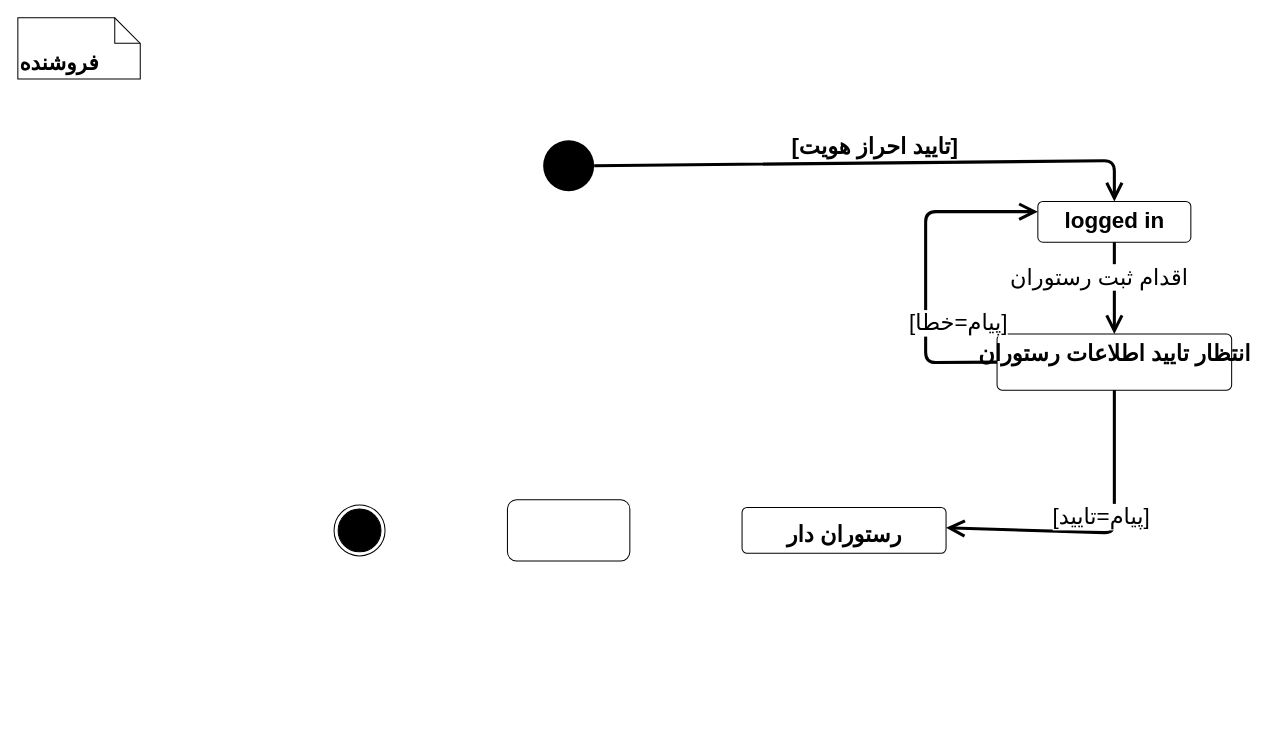
Above: Behavioural Modeling/seller_state.drawio in khoramian/TahDig_SoftwareEngineering (draw.io), before the change. Source tidied: cells renumbered, new cells numbered last; positions are measured from the earlier drawing's top-left corner, leaving out a move shared by most shapes. Both pictures are drawn from the tidied source at 102%, with x=0, y=0 at pixel (17, 17).
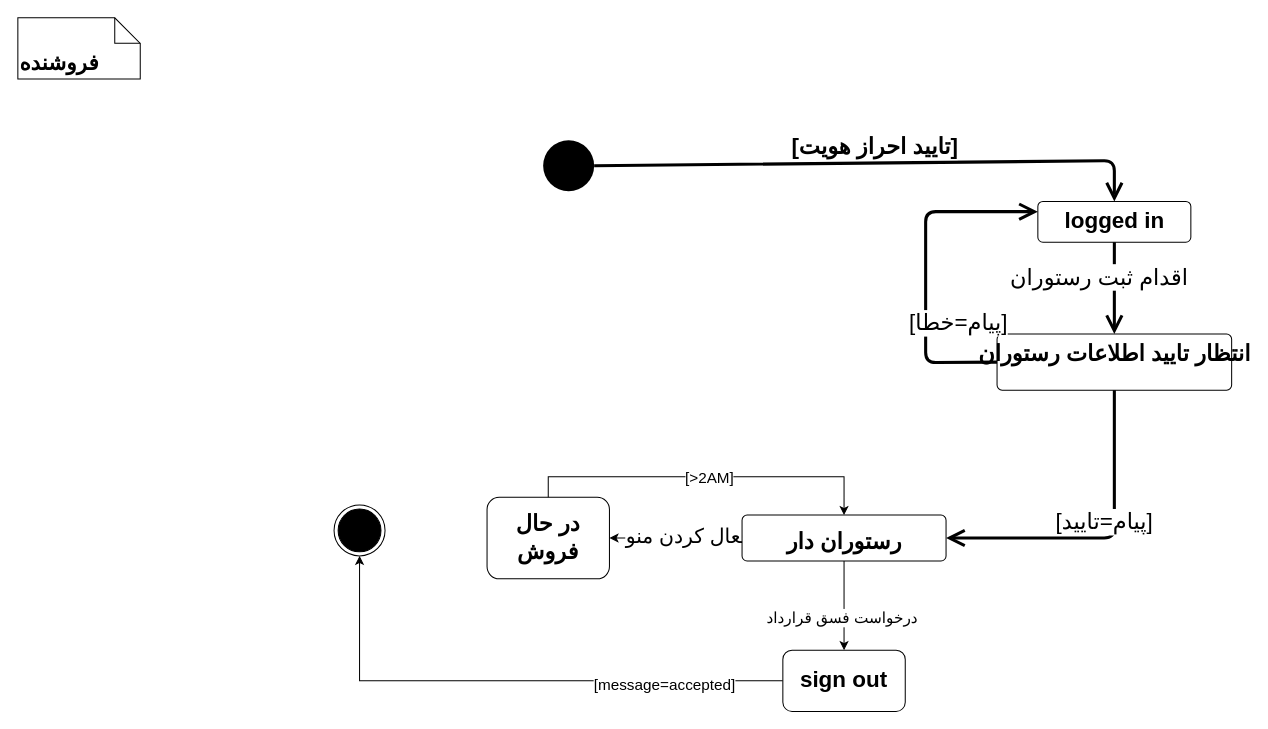
The same page after the edit.

The change refers to these unchanged cells:
```xml
<mxCell id="2" style="ellipse;html=1;shape=endState;fillColor=#000000;strokeColor=#000000;" parent="1" vertex="1">
  <mxGeometry x="310" y="477.5" width="50" height="50" as="geometry" />
</mxCell>
<mxCell id="7" value="&lt;b&gt;&lt;font style=&quot;font-size: 22px&quot;&gt;انتظار تایید اطلاعات رستوران&lt;br&gt;&lt;/font&gt;&lt;/b&gt;" style="html=1;align=center;verticalAlign=top;rounded=1;absoluteArcSize=1;arcSize=10;dashed=0;" parent="1" vertex="1">
  <mxGeometry x="960" y="310" width="230" height="55" as="geometry" />
</mxCell>
```

Diff of the diagram source:
```diff
@@
-    <mxCell id="8" value="&lt;font style=&quot;font-size: 22px&quot;&gt;[پیام=تایید]&lt;/font&gt;" style="edgeStyle=none;html=1;endArrow=open;endSize=12;strokeWidth=3;verticalAlign=bottom;exitX=0.5;exitY=1;exitDx=0;exitDy=0;" parent="1" edge="1" source="7">
+    <mxCell id="8" value="&lt;font style=&quot;font-size: 22px&quot;&gt;[پیام=تایید]&lt;/font&gt;" style="edgeStyle=none;html=1;endArrow=open;endSize=12;strokeWidth=3;verticalAlign=bottom;exitX=0.5;exitY=1;exitDx=0;exitDy=0;entryX=1;entryY=0.5;entryDx=0;entryDy=0;" parent="1" edge="1" source="7" target="10">
       <mxGeometry relative="1" as="geometry">
-        <mxPoint x="910" y="500" as="targetPoint" />
         <Array as="points">
-          <mxPoint x="1075" y="505" />
+          <mxPoint x="1075" y="510" />
         </Array>
       </mxGeometry>
     </mxCell>
@@
+    <mxCell id="13" style="edgeStyle=orthogonalEdgeStyle;rounded=0;jettySize=auto;html=1;exitX=0;exitY=0.5;exitDx=0;exitDy=0;entryX=1;entryY=0.5;entryDx=0;entryDy=0;fontSize=15;" parent="1" edge="1" source="10" target="11">
+      <mxGeometry relative="1" as="geometry" />
+    </mxCell>
+    <mxCell id="14" value="&lt;font style=&quot;font-size: 20px&quot;&gt;فعال کردن منو&lt;br&gt;&lt;/font&gt;" style="edgeLabel;html=1;align=center;verticalAlign=middle;fontSize=15;" parent="13" vertex="1">
+      <mxGeometry x="-0.18" y="-4" relative="1" as="geometry">
+        <mxPoint x="-1" as="offset" />
+      </mxGeometry>
+    </mxCell>
+    <mxCell id="15" style="edgeStyle=orthogonalEdgeStyle;rounded=0;jettySize=auto;html=1;exitX=0.5;exitY=1;exitDx=0;exitDy=0;fontSize=15;" parent="1" edge="1" source="10" target="21">
+      <mxGeometry relative="1" as="geometry" />
+    </mxCell>
+    <mxCell id="16" value="درخواست فسق قرارداد" style="edgeLabel;html=1;align=center;verticalAlign=middle;fontSize=15;" parent="15" vertex="1">
+      <mxGeometry x="0.26" y="-3" relative="1" as="geometry" />
+    </mxCell>
     <mxCell id="10" value="&lt;font style=&quot;font-size: 22px&quot;&gt;&lt;b&gt;&lt;font style=&quot;font-size: 22px&quot;&gt;رستوران دار&lt;/font&gt;&lt;font style=&quot;font-size: 31px&quot;&gt;&lt;br&gt;&lt;/font&gt;&lt;/b&gt;&lt;/font&gt;" style="html=1;align=center;verticalAlign=middle;rounded=1;absoluteArcSize=1;arcSize=10;dashed=0;" parent="1" vertex="1">
-      <mxGeometry x="710" y="480" width="200" height="45" as="geometry" />
+      <mxGeometry x="710" y="487.5" width="200" height="45" as="geometry" />
     </mxCell>
-    <mxCell id="11" style="rounded=1;whiteSpace=wrap;html=1;fontSize=15;" parent="1" vertex="1">
-      <mxGeometry x="480" y="472.5" width="120" height="60" as="geometry" />
+    <mxCell id="11" value="&lt;b&gt;&lt;font style=&quot;font-size: 22px&quot;&gt;در حال فروش&lt;/font&gt;&lt;/b&gt;" style="rounded=1;whiteSpace=wrap;html=1;fontSize=15;" parent="1" vertex="1">
+      <mxGeometry x="460" y="470" width="120" height="80" as="geometry" />
     </mxCell>
@@
+    <mxCell id="17" style="edgeStyle=orthogonalEdgeStyle;rounded=0;jettySize=auto;html=1;exitX=0.5;exitY=0;exitDx=0;exitDy=0;fontSize=15;entryX=0.5;entryY=0;entryDx=0;entryDy=0;" parent="1" edge="1" source="11" target="10">
+      <mxGeometry relative="1" as="geometry">
+        <Array as="points">
+          <mxPoint x="520" y="450" />
+          <mxPoint x="810" y="450" />
+        </Array>
+      </mxGeometry>
+    </mxCell>
+    <mxCell id="18" value="[&amp;gt;2AM]" style="edgeLabel;html=1;align=center;verticalAlign=middle;fontSize=15;" parent="17" vertex="1">
+      <mxGeometry x="0.02" relative="1" as="geometry" />
+    </mxCell>
+    <mxCell id="19" style="edgeStyle=orthogonalEdgeStyle;rounded=0;jettySize=auto;html=1;exitX=0;exitY=0.5;exitDx=0;exitDy=0;entryX=0.5;entryY=1;entryDx=0;entryDy=0;fontSize=15;" parent="1" edge="1" source="21" target="2">
+      <mxGeometry relative="1" as="geometry" />
+    </mxCell>
+    <mxCell id="20" value="[message=accepted]" style="edgeLabel;html=1;align=center;verticalAlign=middle;fontSize=15;" parent="19" vertex="1">
+      <mxGeometry x="-0.56" y="2" relative="1" as="geometry">
+        <mxPoint x="1" as="offset" />
+      </mxGeometry>
+    </mxCell>
+    <mxCell id="21" value="&lt;b&gt;&lt;font style=&quot;font-size: 22px&quot;&gt;sign out&lt;br&gt;&lt;/font&gt;&lt;/b&gt;" style="rounded=1;whiteSpace=wrap;html=1;fontSize=15;" parent="1" vertex="1">
+      <mxGeometry x="750" y="620" width="120" height="60" as="geometry" />
+    </mxCell>
```
